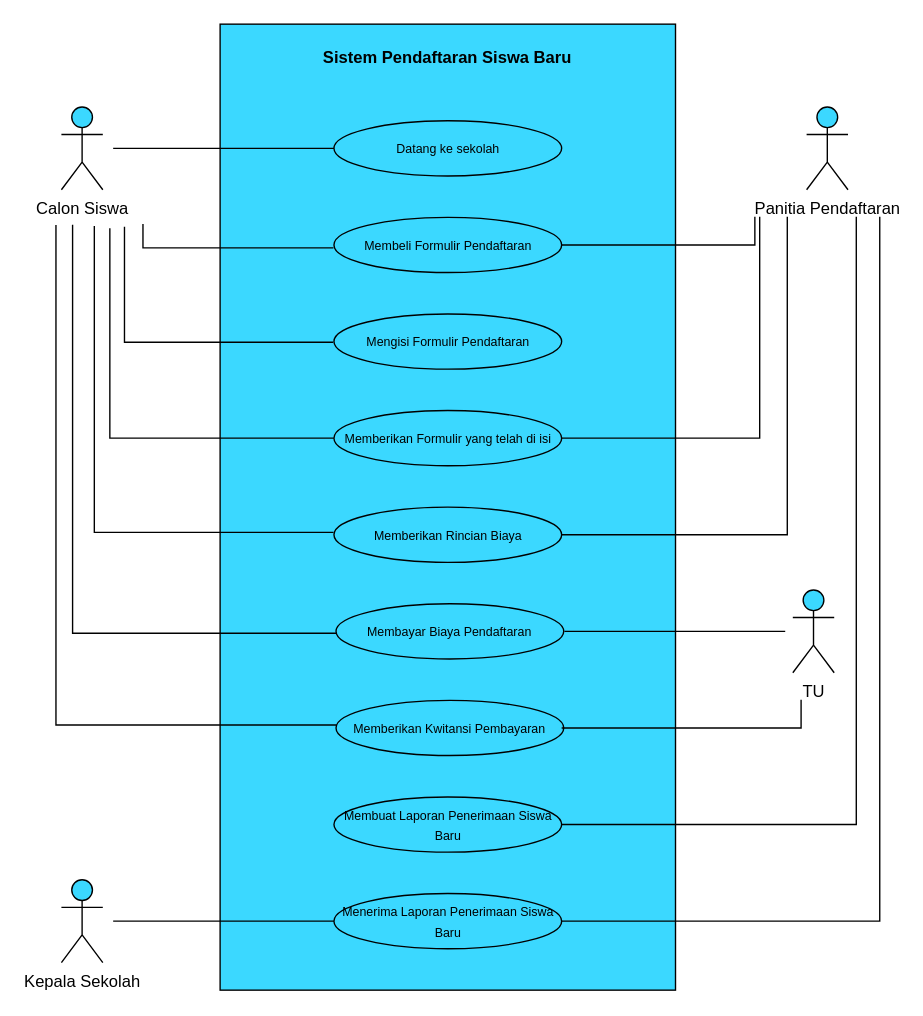
danangsptro/register-vhs keeps this draw.io diagram as Untitled Diagram.drawio. Above is the earlier version. Source tidied: cells renumbered, new cells numbered last; positions are measured from the earlier drawing's top-left corner, leaving out a move shared by most shapes. Both pictures are drawn from the tidied source at 138%, with x=0, y=0 at pixel (-55, 23).
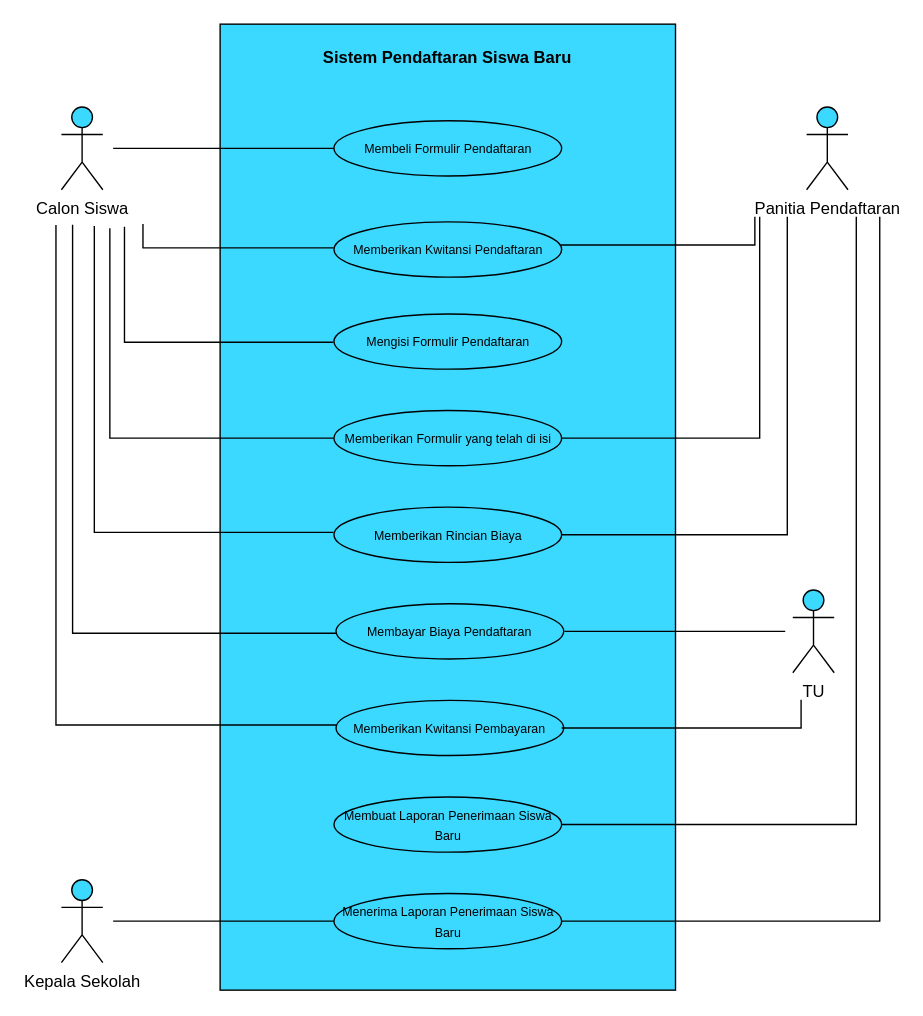
The same diagram, later.

What changed in the source:
```diff
@@
     <mxCell id="5" value="&lt;font style=&quot;font-size: 9px;&quot;&gt;Membeli Formulir Pendaftaran&lt;/font&gt;" style="ellipse;whiteSpace=wrap;html=1;align=center;newEdgeStyle={&quot;edgeStyle&quot;:&quot;entityRelationEdgeStyle&quot;,&quot;startArrow&quot;:&quot;none&quot;,&quot;endArrow&quot;:&quot;none&quot;,&quot;segment&quot;:10,&quot;curved&quot;:1};strokeColor=#000000;fillColor=#3BD8FF;" parent="1" vertex="1">
-      <mxGeometry x="281.5" y="140" width="165" height="40" as="geometry" />
+      <mxGeometry x="281.5" y="70" width="165" height="40" as="geometry" />
     </mxCell>
@@
-    <mxCell id="8" value="&lt;font style=&quot;font-size: 9px;&quot;&gt;Datang ke sekolah&lt;/font&gt;" style="ellipse;whiteSpace=wrap;html=1;align=center;newEdgeStyle={&quot;edgeStyle&quot;:&quot;entityRelationEdgeStyle&quot;,&quot;startArrow&quot;:&quot;none&quot;,&quot;endArrow&quot;:&quot;none&quot;,&quot;segment&quot;:10,&quot;curved&quot;:1};strokeColor=#000000;fillColor=#3BD8FF;" parent="1" vertex="1">
-      <mxGeometry x="281.5" y="70" width="165" height="40" as="geometry" />
+    <mxCell id="8" value="&lt;font style=&quot;font-size: 9px;&quot;&gt;Memberikan Kwitansi Pendaftaran&lt;/font&gt;" style="ellipse;whiteSpace=wrap;html=1;align=center;newEdgeStyle={&quot;edgeStyle&quot;:&quot;entityRelationEdgeStyle&quot;,&quot;startArrow&quot;:&quot;none&quot;,&quot;endArrow&quot;:&quot;none&quot;,&quot;segment&quot;:10,&quot;curved&quot;:1};strokeColor=#000000;fillColor=#3BD8FF;" parent="1" vertex="1">
+      <mxGeometry x="281.5" y="143.3" width="165" height="40" as="geometry" />
     </mxCell>
```
